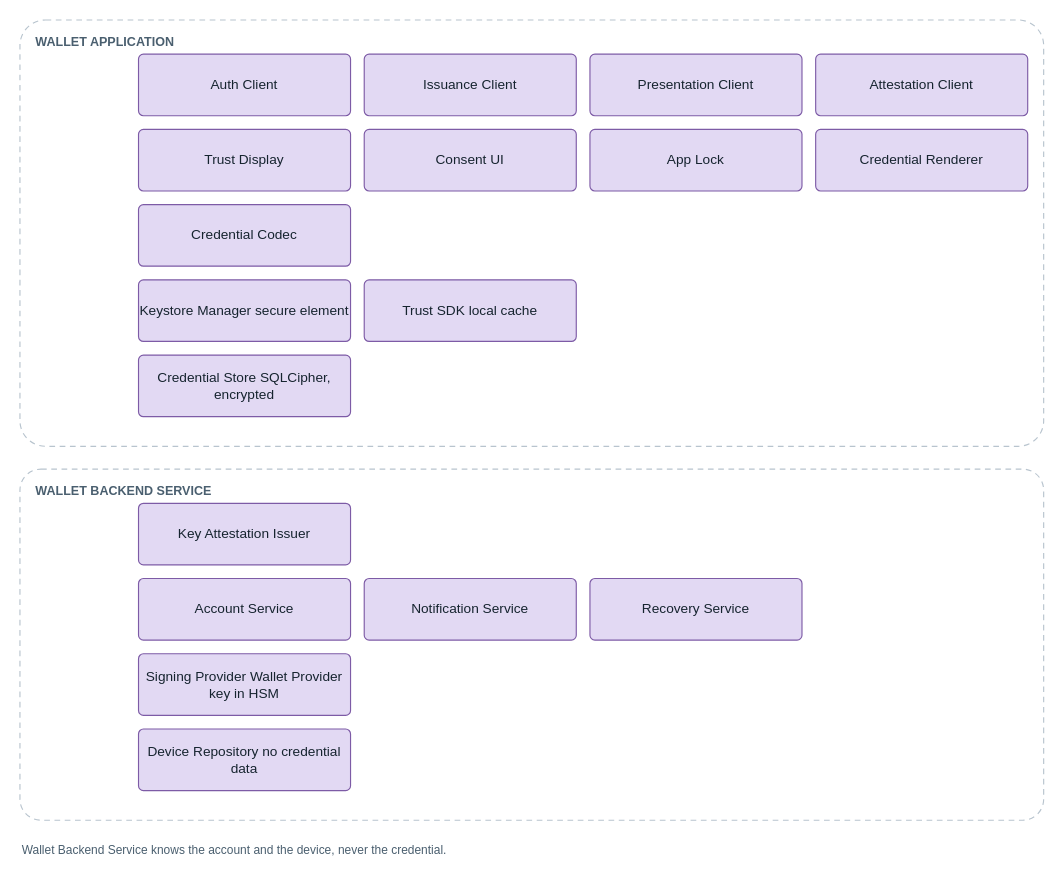
Above: images/architecture-framework/software-architecture/component-wallet-services.drawio in id-verifiable-credential-dev/id-doc-idctf (draw.io), before the change. Source tidied: cells renumbered, new cells numbered last; positions are measured from the earlier drawing's top-left corner, leaving out a move shared by most shapes. Both pictures are drawn from the tidied source at 114%, with x=0, y=0 at pixel (19, 19).
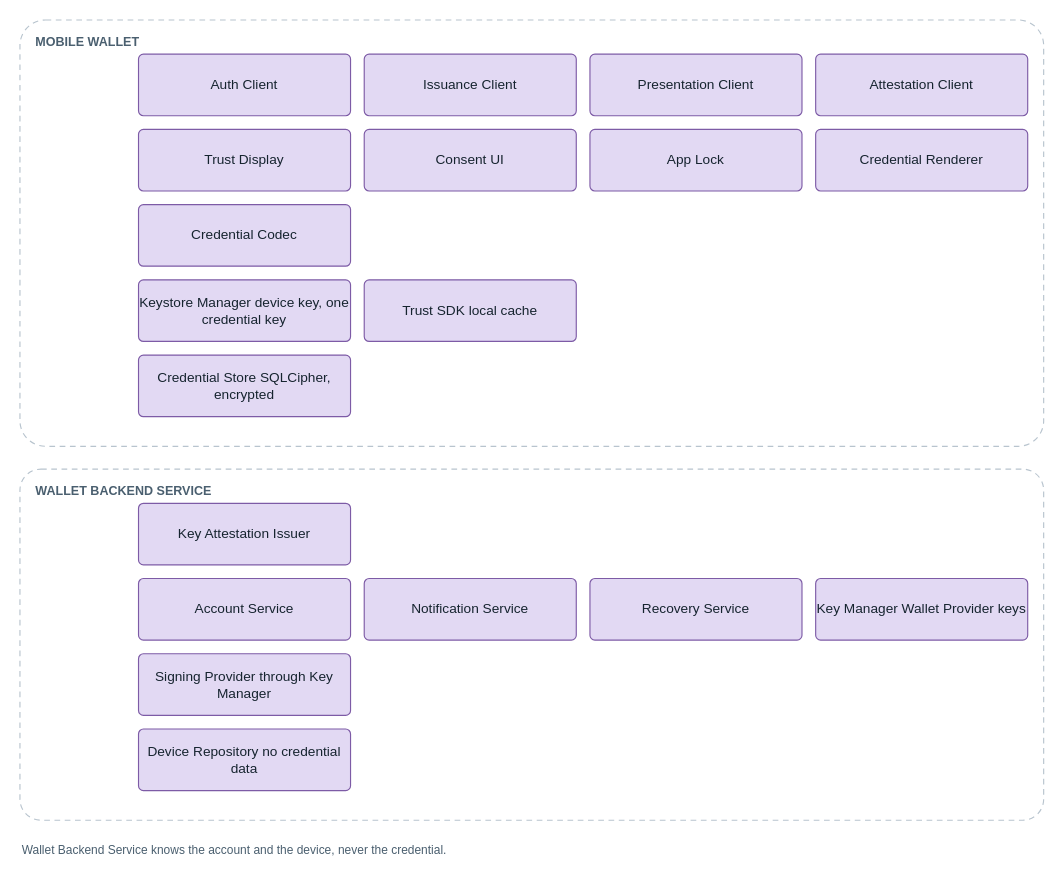
The same page after the edit.

Diff of the diagram source:
```diff
@@
-    <mxCell id="2" value="WALLET APPLICATION" style="rounded=1;arcSize=6;fillColor=none;strokeColor=#b8c4ce;dashed=1;dashPattern=5 4;verticalAlign=top;align=left;spacingLeft=12;spacingTop=6;fontSize=11;fontStyle=1;fontColor=#4a5f6f;html=1;" parent="1" vertex="1">
+    <mxCell id="2" value="MOBILE WALLET" style="rounded=1;arcSize=6;fillColor=none;strokeColor=#b8c4ce;dashed=1;dashPattern=5 4;verticalAlign=top;align=left;spacingLeft=12;spacingTop=6;fontSize=11;fontStyle=1;fontColor=#4a5f6f;html=1;" parent="1" vertex="1">
       <mxGeometry width="898" height="374" as="geometry" />
     </mxCell>
@@
-    <mxCell id="12" value="Keystore Manager secure element" style="rounded=1;arcSize=8;fillColor=#e2d9f3;strokeColor=#7d5ba6;fontSize=12;fontColor=#16242f;html=1;whiteSpace=wrap;verticalAlign=middle;" parent="1" vertex="1">
+    <mxCell id="12" value="Keystore Manager device key, one credential key" style="rounded=1;arcSize=8;fillColor=#e2d9f3;strokeColor=#7d5ba6;fontSize=12;fontColor=#16242f;html=1;whiteSpace=wrap;verticalAlign=middle;" parent="1" vertex="1">
       <mxGeometry x="104" y="228" width="186" height="54" as="geometry" />
     </mxCell>
@@
-    <mxCell id="20" value="Signing Provider Wallet Provider key in HSM" style="rounded=1;arcSize=8;fillColor=#e2d9f3;strokeColor=#7d5ba6;fontSize=12;fontColor=#16242f;html=1;whiteSpace=wrap;verticalAlign=middle;" parent="1" vertex="1">
-      <mxGeometry x="104" y="556" width="186" height="54" as="geometry" />
+    <mxCell id="20" value="Key Manager Wallet Provider keys" style="rounded=1;arcSize=8;fillColor=#e2d9f3;strokeColor=#7d5ba6;fontSize=12;fontColor=#16242f;html=1;whiteSpace=wrap;verticalAlign=middle;" parent="1" vertex="1">
+      <mxGeometry x="698" y="490" width="186" height="54" as="geometry" />
     </mxCell>
-    <mxCell id="21" value="Device Repository no credential data" style="rounded=1;arcSize=8;fillColor=#e2d9f3;strokeColor=#7d5ba6;fontSize=12;fontColor=#16242f;html=1;whiteSpace=wrap;verticalAlign=middle;" parent="1" vertex="1">
-      <mxGeometry x="104" y="622" width="186" height="54" as="geometry" />
+    <mxCell id="21" value="Signing Provider through Key Manager" style="rounded=1;arcSize=8;fillColor=#e2d9f3;strokeColor=#7d5ba6;fontSize=12;fontColor=#16242f;html=1;whiteSpace=wrap;verticalAlign=middle;" parent="1" vertex="1">
+      <mxGeometry x="104" y="556" width="186" height="54" as="geometry" />
     </mxCell>
+    <mxCell id="23" value="Device Repository no credential data" style="rounded=1;arcSize=8;fillColor=#e2d9f3;strokeColor=#7d5ba6;fontSize=12;fontColor=#16242f;html=1;whiteSpace=wrap;verticalAlign=middle;" parent="1" vertex="1">
+      <mxGeometry x="104" y="622" width="186" height="54" as="geometry" />
+    </mxCell>
```
